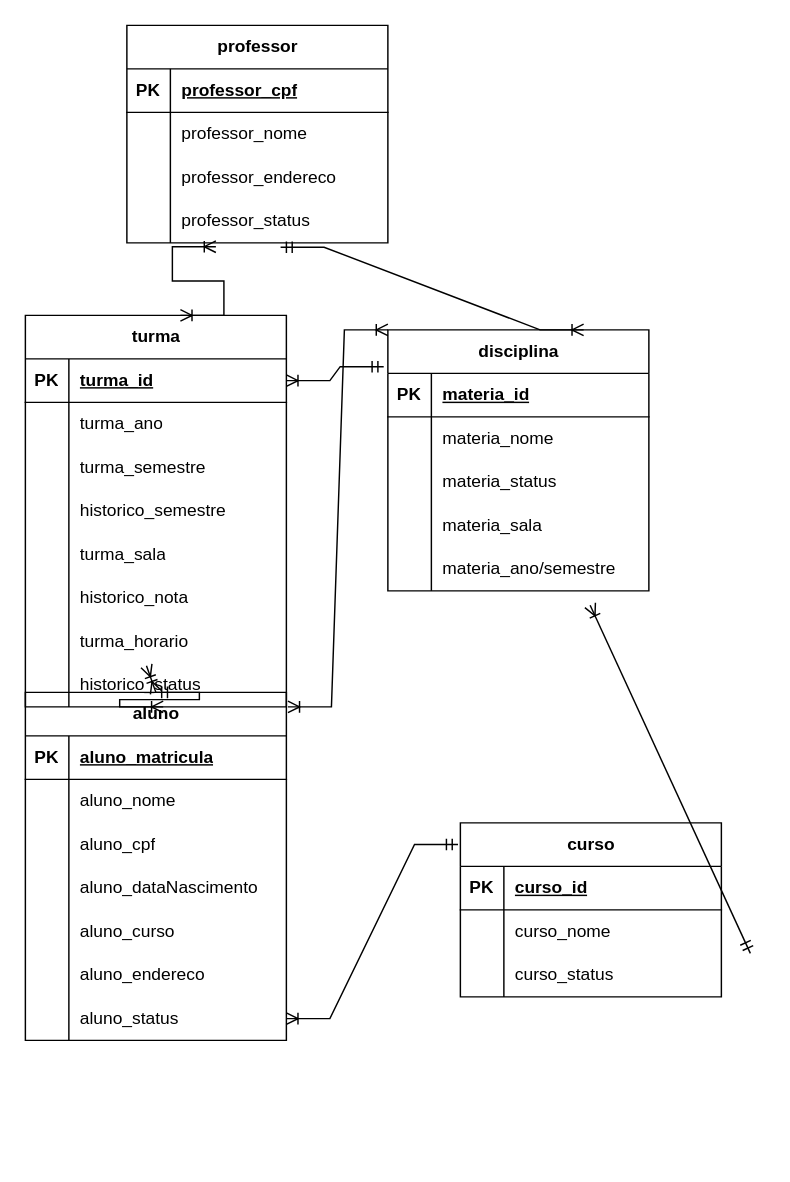
This is Exercicio6--08-04-2025.drawio from henrique-furtado47/Banco-de-Dados-I-2025, a draw.io file, before an edit. Source tidied: cells renumbered, new cells numbered last; positions are measured from the earlier drawing's top-left corner, leaving out a move shared by most shapes. Both pictures are drawn from the tidied source at 145%, with x=0, y=0 at pixel (25, 25).
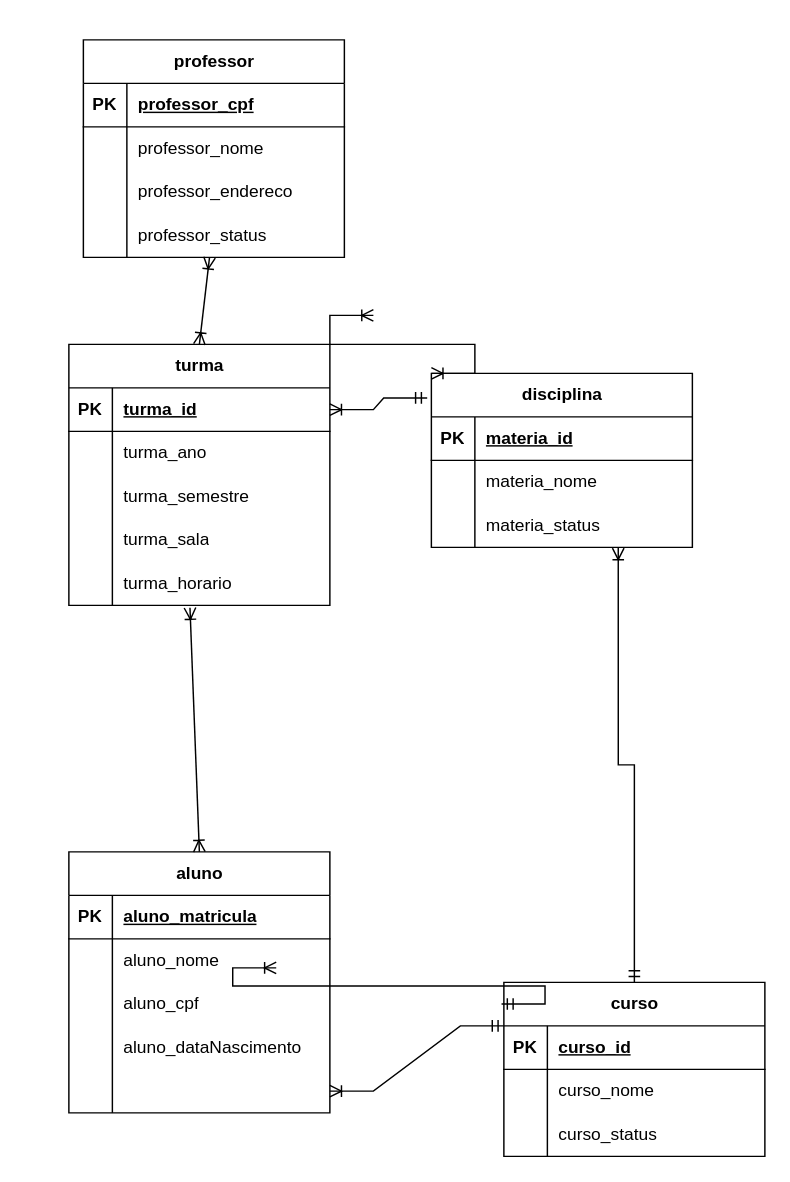
The same diagram, later.

Commit message:
corrigindo bug

The change refers to these unchanged cells:
```xml
<mxCell id="41" style="shape=tableRow;horizontal=0;startSize=0;swimlaneHead=0;swimlaneBody=0;fillColor=none;points=[[0,0.5],[1,0.5]];portConstraint=eastwest;top=0;left=0;right=0;bottom=0;rounded=0;" parent="34" vertex="1">
  <mxGeometry y="90" width="180" height="30" as="geometry" />
</mxCell>
<mxCell id="85" style="shape=tableRow;horizontal=0;startSize=0;swimlaneHead=0;swimlaneBody=0;fillColor=none;points=[[0,0.5],[1,0.5]];portConstraint=eastwest;top=0;left=0;right=0;bottom=0;rounded=0;" parent="75" vertex="1">
  <mxGeometry y="120" width="180" height="30" as="geometry" />
</mxCell>
```

Change to the diagram source:
```diff
@@
     <mxCell id="2" value="aluno" style="shape=table;startSize=30;childLayout=tableLayout;rowLines=0;fontStyle=1;align=center;html=1;rounded=0;" parent="1" vertex="1">
-      <mxGeometry y="460" width="180" height="240" as="geometry" />
+      <mxGeometry x="30" y="570" width="180" height="180" as="geometry" />
     </mxCell>
@@
-    <mxCell id="15" style="shape=tableRow;horizontal=0;startSize=0;swimlaneHead=0;swimlaneBody=0;fillColor=none;top=0;left=0;right=0;bottom=0;rounded=0;" parent="2" vertex="1">
-      <mxGeometry y="150" width="180" height="30" as="geometry" />
-    </mxCell>
-    <mxCell id="16" style="shape=partialRectangle;fillColor=none;top=0;left=0;bottom=0;right=0;overflow=hidden;whiteSpace=wrap;html=1;rounded=0;" parent="15" vertex="1">
-      <mxGeometry width="30" height="30" as="geometry" />
-    </mxCell>
-    <mxCell id="17" value="aluno_curso" style="shape=partialRectangle;fillColor=none;top=0;left=0;bottom=0;right=0;align=left;spacingLeft=6;overflow=hidden;whiteSpace=wrap;html=1;rounded=0;" parent="15" vertex="1">
-      <mxGeometry x="30" width="150" height="30" as="geometry" />
-    </mxCell>
     <mxCell id="18" style="shape=tableRow;horizontal=0;startSize=0;swimlaneHead=0;swimlaneBody=0;fillColor=none;points=[[0,0.5],[1,0.5]];portConstraint=eastwest;top=0;left=0;right=0;bottom=0;rounded=0;" parent="2" vertex="1">
-      <mxGeometry y="180" width="180" height="30" as="geometry" />
+      <mxGeometry y="150" width="180" height="30" as="geometry" />
     </mxCell>
@@
-    <mxCell id="20" value="aluno_endereco" style="shape=partialRectangle;fillColor=none;top=0;left=0;bottom=0;right=0;align=left;spacingLeft=6;overflow=hidden;whiteSpace=wrap;html=1;rounded=0;" parent="18" vertex="1">
+    <mxCell id="20" style="shape=partialRectangle;fillColor=none;top=0;left=0;bottom=0;right=0;align=left;spacingLeft=6;overflow=hidden;whiteSpace=wrap;html=1;rounded=0;" parent="18" vertex="1">
       <mxGeometry x="30" width="150" height="30" as="geometry" />
     </mxCell>
-    <mxCell id="21" style="shape=tableRow;horizontal=0;startSize=0;swimlaneHead=0;swimlaneBody=0;fillColor=none;points=[[0,0.5],[1,0.5]];portConstraint=eastwest;top=0;left=0;right=0;bottom=0;rounded=0;" parent="2" vertex="1">
-      <mxGeometry y="210" width="180" height="30" as="geometry" />
-    </mxCell>
-    <mxCell id="22" style="shape=partialRectangle;fillColor=none;top=0;left=0;bottom=0;right=0;overflow=hidden;whiteSpace=wrap;html=1;rounded=0;" parent="21" vertex="1">
-      <mxGeometry width="30" height="30" as="geometry" />
-    </mxCell>
-    <mxCell id="23" value="aluno_status" style="shape=partialRectangle;fillColor=none;top=0;left=0;bottom=0;right=0;align=left;spacingLeft=6;overflow=hidden;whiteSpace=wrap;html=1;rounded=0;" parent="21" vertex="1">
-      <mxGeometry x="30" width="150" height="30" as="geometry" />
-    </mxCell>
     <mxCell id="24" value="curso" style="shape=table;startSize=30;childLayout=tableLayout;rowLines=0;fontStyle=1;align=center;html=1;rounded=0;" parent="1" vertex="1">
-      <mxGeometry x="300" y="550" width="180" height="120" as="geometry" />
+      <mxGeometry x="330" y="660" width="180" height="120" as="geometry" />
     </mxCell>
@@
     <mxCell id="34" value="disciplina" style="shape=table;startSize=30;childLayout=tableLayout;rowLines=0;fontStyle=1;align=center;html=1;rounded=0;" parent="1" vertex="1">
-      <mxGeometry x="250" y="210" width="180" height="180" as="geometry" />
+      <mxGeometry x="280" y="240" width="180" height="120" as="geometry" />
     </mxCell>
@@
-    <mxCell id="44" style="shape=tableRow;horizontal=0;startSize=0;swimlaneHead=0;swimlaneBody=0;fillColor=none;top=0;left=0;right=0;bottom=0;rounded=0;" parent="34" vertex="1">
-      <mxGeometry y="120" width="180" height="30" as="geometry" />
-    </mxCell>
-    <mxCell id="45" style="shape=partialRectangle;fillColor=none;top=0;left=0;bottom=0;right=0;overflow=hidden;whiteSpace=wrap;html=1;rounded=0;" parent="44" vertex="1">
-      <mxGeometry width="30" height="30" as="geometry" />
-    </mxCell>
-    <mxCell id="46" value="materia_sala" style="shape=partialRectangle;fillColor=none;top=0;left=0;bottom=0;right=0;align=left;spacingLeft=6;overflow=hidden;whiteSpace=wrap;html=1;rounded=0;" parent="44" vertex="1">
-      <mxGeometry x="30" width="150" height="30" as="geometry" />
-    </mxCell>
-    <mxCell id="47" style="shape=tableRow;horizontal=0;startSize=0;swimlaneHead=0;swimlaneBody=0;fillColor=none;top=0;left=0;right=0;bottom=0;rounded=0;" parent="34" vertex="1">
-      <mxGeometry y="150" width="180" height="30" as="geometry" />
-    </mxCell>
-    <mxCell id="48" style="shape=partialRectangle;fillColor=none;top=0;left=0;bottom=0;right=0;overflow=hidden;whiteSpace=wrap;html=1;rounded=0;" parent="47" vertex="1">
-      <mxGeometry width="30" height="30" as="geometry" />
-    </mxCell>
-    <mxCell id="49" value="materia_ano/semestre" style="shape=partialRectangle;fillColor=none;top=0;left=0;bottom=0;right=0;align=left;spacingLeft=6;overflow=hidden;whiteSpace=wrap;html=1;rounded=0;" parent="47" vertex="1">
-      <mxGeometry x="30" width="150" height="30" as="geometry" />
-    </mxCell>
     <mxCell id="50" value="turma" style="shape=table;startSize=30;childLayout=tableLayout;rowLines=0;fontStyle=1;align=center;html=1;rounded=0;" parent="1" vertex="1">
-      <mxGeometry y="200" width="180" height="270" as="geometry" />
+      <mxGeometry x="30" y="220" width="180" height="180" as="geometry" />
     </mxCell>
@@
-    <mxCell id="60" style="shape=tableRow;horizontal=0;startSize=0;swimlaneHead=0;swimlaneBody=0;fillColor=none;top=0;left=0;right=0;bottom=0;rounded=0;" parent="50" vertex="1">
-      <mxGeometry y="120" width="180" height="30" as="geometry" />
-    </mxCell>
-    <mxCell id="61" style="shape=partialRectangle;fillColor=none;top=0;left=0;bottom=0;right=0;overflow=hidden;whiteSpace=wrap;html=1;rounded=0;" parent="60" vertex="1">
-      <mxGeometry width="30" height="30" as="geometry" />
-    </mxCell>
-    <mxCell id="62" value="historico_semestre" style="shape=partialRectangle;fillColor=none;top=0;left=0;bottom=0;right=0;align=left;spacingLeft=6;overflow=hidden;whiteSpace=wrap;html=1;rounded=0;" parent="60" vertex="1">
-      <mxGeometry x="30" width="150" height="30" as="geometry" />
-    </mxCell>
     <mxCell id="63" style="shape=tableRow;horizontal=0;startSize=0;swimlaneHead=0;swimlaneBody=0;fillColor=none;top=0;left=0;right=0;bottom=0;rounded=0;" parent="50" vertex="1">
-      <mxGeometry y="150" width="180" height="30" as="geometry" />
+      <mxGeometry y="120" width="180" height="30" as="geometry" />
     </mxCell>
@@
-    <mxCell id="66" style="shape=tableRow;horizontal=0;startSize=0;swimlaneHead=0;swimlaneBody=0;fillColor=none;top=0;left=0;right=0;bottom=0;rounded=0;" parent="50" vertex="1">
-      <mxGeometry y="180" width="180" height="30" as="geometry" />
-    </mxCell>
-    <mxCell id="67" style="shape=partialRectangle;fillColor=none;top=0;left=0;bottom=0;right=0;overflow=hidden;whiteSpace=wrap;html=1;rounded=0;" parent="66" vertex="1">
-      <mxGeometry width="30" height="30" as="geometry" />
-    </mxCell>
-    <mxCell id="68" value="historico_nota" style="shape=partialRectangle;fillColor=none;top=0;left=0;bottom=0;right=0;align=left;spacingLeft=6;overflow=hidden;whiteSpace=wrap;html=1;rounded=0;" parent="66" vertex="1">
-      <mxGeometry x="30" width="150" height="30" as="geometry" />
-    </mxCell>
     <mxCell id="69" style="shape=tableRow;horizontal=0;startSize=0;swimlaneHead=0;swimlaneBody=0;fillColor=none;points=[[0,0.5],[1,0.5]];portConstraint=eastwest;top=0;left=0;right=0;bottom=0;rounded=0;" parent="50" vertex="1">
-      <mxGeometry y="210" width="180" height="30" as="geometry" />
+      <mxGeometry y="150" width="180" height="30" as="geometry" />
     </mxCell>
@@
-    <mxCell id="72" style="shape=tableRow;horizontal=0;startSize=0;swimlaneHead=0;swimlaneBody=0;fillColor=none;points=[[0,0.5],[1,0.5]];portConstraint=eastwest;top=0;left=0;right=0;bottom=0;rounded=0;" parent="50" vertex="1">
-      <mxGeometry y="240" width="180" height="30" as="geometry" />
-    </mxCell>
-    <mxCell id="73" style="shape=partialRectangle;fillColor=none;top=0;left=0;bottom=0;right=0;overflow=hidden;whiteSpace=wrap;html=1;rounded=0;" parent="72" vertex="1">
-      <mxGeometry width="30" height="30" as="geometry" />
-    </mxCell>
-    <mxCell id="74" value="historico_status" style="shape=partialRectangle;fillColor=none;top=0;left=0;bottom=0;right=0;align=left;spacingLeft=6;overflow=hidden;whiteSpace=wrap;html=1;rounded=0;" parent="72" vertex="1">
-      <mxGeometry x="30" width="150" height="30" as="geometry" />
-    </mxCell>
     <mxCell id="75" value="professor" style="shape=table;startSize=30;childLayout=tableLayout;rowLines=0;fontStyle=1;align=center;html=1;rounded=0;" parent="1" vertex="1">
-      <mxGeometry x="70" width="180" height="150" as="geometry" />
+      <mxGeometry x="40" y="10" width="180" height="150" as="geometry" />
     </mxCell>
@@
-    <mxCell id="88" style="edgeStyle=entityRelationEdgeStyle;fontSize=12;html=1;endArrow=ERoneToMany;startArrow=ERmandOne;rounded=0;entryX=1;entryY=0.5;entryDx=0;entryDy=0;exitX=-0.009;exitY=0.124;exitDx=0;exitDy=0;exitPerimeter=0;" parent="1" edge="1" source="24" target="21">
+    <mxCell id="88" style="edgeStyle=entityRelationEdgeStyle;fontSize=12;html=1;endArrow=ERoneToMany;startArrow=ERmandOne;rounded=0;entryX=1;entryY=0.5;entryDx=0;entryDy=0;exitX=-0.009;exitY=0.124;exitDx=0;exitDy=0;exitPerimeter=0;" parent="1" edge="1" source="24">
       <mxGeometry relative="1" as="geometry">
+        <mxPoint x="173" y="650" as="targetPoint" />
         <Array as="points">
-          <mxPoint x="240" y="620" />
+          <mxPoint x="233" y="540" />
         </Array>
       </mxGeometry>
     </mxCell>
-    <mxCell id="89" style="fontSize=12;html=1;endArrow=ERoneToMany;startArrow=ERmandOne;rounded=0;entryX=0.775;entryY=1.055;entryDx=0;entryDy=0;entryPerimeter=0;exitX=0.5;exitY=0;exitDx=0;exitDy=0;" parent="1" edge="1" target="34">
-      <mxGeometry relative="1" as="geometry">
-        <mxPoint x="500" y="640" as="sourcePoint" />
-      </mxGeometry>
+    <mxCell id="89" style="fontSize=12;html=1;endArrow=ERoneToMany;startArrow=ERmandOne;rounded=0;entryX=0.716;entryY=1.016;entryDx=0;entryDy=0;entryPerimeter=0;exitX=0.5;exitY=0;exitDx=0;exitDy=0;edgeStyle=orthogonalEdgeStyle;" parent="1" edge="1" source="24" target="41">
+      <mxGeometry relative="1" as="geometry" />
     </mxCell>
-    <mxCell id="90" style="edgeStyle=entityRelationEdgeStyle;fontSize=12;html=1;endArrow=ERoneToMany;startArrow=ERoneToMany;rounded=0;entryX=1.006;entryY=1;entryDx=0;entryDy=0;entryPerimeter=0;exitX=0;exitY=0;exitDx=0;exitDy=0;" parent="1" edge="1" source="34" target="72">
-      <mxGeometry relative="1" as="geometry" />
+    <mxCell id="90" style="edgeStyle=entityRelationEdgeStyle;fontSize=12;html=1;endArrow=ERoneToMany;startArrow=ERoneToMany;rounded=0;entryX=1.006;entryY=1;entryDx=0;entryDy=0;entryPerimeter=0;exitX=0;exitY=0;exitDx=0;exitDy=0;" parent="1" edge="1" source="34">
+      <mxGeometry relative="1" as="geometry">
+        <mxPoint x="240" y="200" as="targetPoint" />
+      </mxGeometry>
     </mxCell>
-    <mxCell id="91" style="edgeStyle=entityRelationEdgeStyle;fontSize=12;html=1;endArrow=ERoneToMany;startArrow=ERmandOne;rounded=0;exitX=0.589;exitY=1.1;exitDx=0;exitDy=0;exitPerimeter=0;entryX=0.75;entryY=0;entryDx=0;entryDy=0;" parent="1" edge="1" source="85" target="34">
-      <mxGeometry relative="1" as="geometry" />
-    </mxCell>
-    <mxCell id="92" style="edgeStyle=entityRelationEdgeStyle;fontSize=12;html=1;endArrow=ERoneToMany;startArrow=ERmandOne;rounded=0;exitX=0.5;exitY=0;exitDx=0;exitDy=0;entryX=0.528;entryY=1;entryDx=0;entryDy=0;entryPerimeter=0;" parent="1" edge="1" source="2" target="72">
-      <mxGeometry relative="1" as="geometry">
-        <Array as="points">
-          <mxPoint x="30" y="180" />
-        </Array>
-      </mxGeometry>
-    </mxCell>
-    <mxCell id="93" style="edgeStyle=entityRelationEdgeStyle;fontSize=12;html=1;endArrow=ERoneToMany;startArrow=ERoneToMany;rounded=0;entryX=0.341;entryY=1.088;entryDx=0;entryDy=0;exitX=0.594;exitY=0;exitDx=0;exitDy=0;exitPerimeter=0;entryPerimeter=0;" parent="1" edge="1" source="50" target="85">
-      <mxGeometry relative="1" as="geometry">
-        <Array as="points">
-          <mxPoint x="470" y="120" />
-        </Array>
-      </mxGeometry>
-    </mxCell>
@@
+    <mxCell id="96" style="edgeStyle=entityRelationEdgeStyle;fontSize=12;html=1;endArrow=ERoneToMany;startArrow=ERmandOne;rounded=0;entryX=1;entryY=0.5;entryDx=0;entryDy=0;exitX=0;exitY=0.25;exitDx=0;exitDy=0;" parent="1" edge="1" source="24" target="18">
+      <mxGeometry relative="1" as="geometry" />
+    </mxCell>
+    <mxCell id="97" style="fontSize=12;html=1;endArrow=ERoneToMany;startArrow=ERoneToMany;rounded=0;entryX=0.464;entryY=1.055;entryDx=0;entryDy=0;entryPerimeter=0;exitX=0.5;exitY=0;exitDx=0;exitDy=0;" parent="1" edge="1" source="50">
+      <mxGeometry relative="1" as="geometry">
+        <mxPoint x="127" y="160" as="targetPoint" />
+      </mxGeometry>
+    </mxCell>
```
